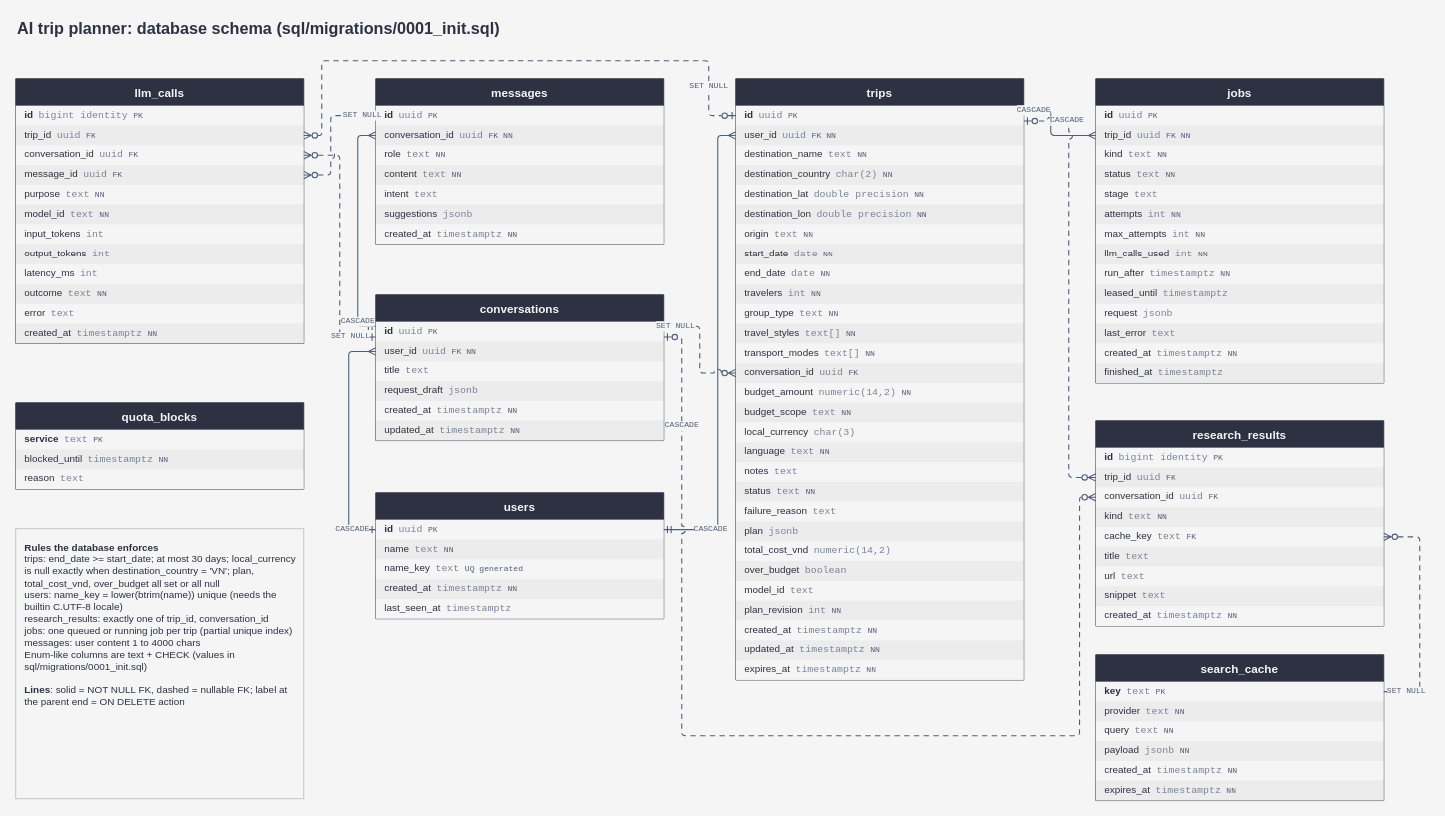
Earlier version of the draw.io diagram docs/database-schema.drawio (DuySeu/ai-trip-planner). Source tidied: cells renumbered, new cells numbered last; positions are measured from the earlier drawing's top-left corner, leaving out a move shared by most shapes. Both pictures are drawn from the tidied source at 90%, with x=0, y=0 at pixel (15, 15).
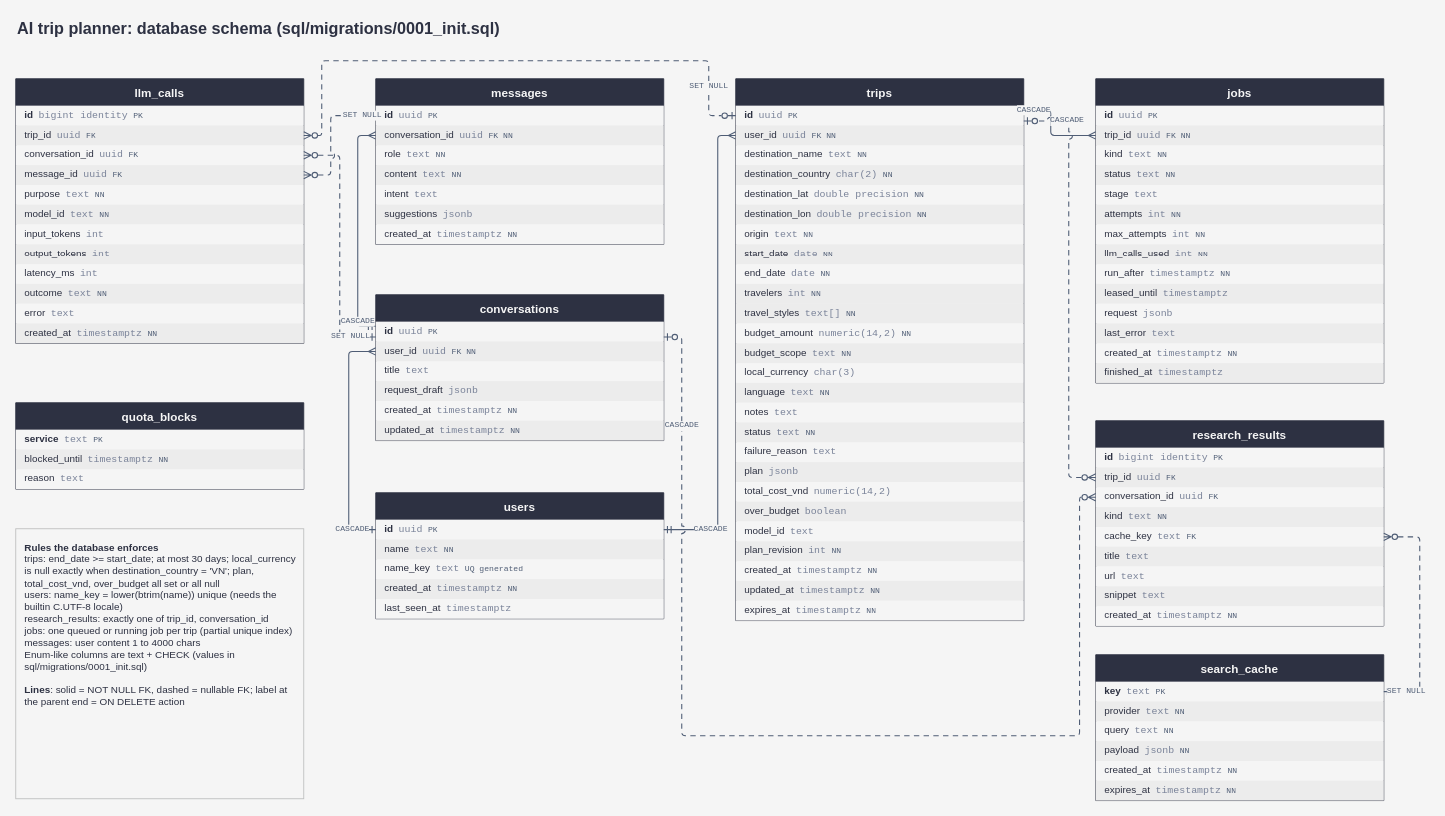
The same page after the edit.

The change refers to these unchanged cells:
```xml
<mxCell id="39" value="&lt;b&gt;id&lt;/b&gt;&amp;nbsp;&amp;nbsp;&lt;font face=&quot;Courier New&quot; color=&quot;#7a8399&quot;&gt;uuid&lt;/font&gt;&amp;nbsp;&amp;nbsp;&lt;font face=&quot;Courier New&quot; color=&quot;#4f5d75&quot; style=&quot;font-size:9px&quot;&gt;PK&lt;/font&gt;" style="text;html=1;align=left;verticalAlign=middle;spacingLeft=8;spacingRight=8;overflow=hidden;points=[[0,0.5],[1,0.5]];portConstraint=eastwest;fontSize=11;fontColor=#2d3142;fillColor=#f5f5f5;strokeColor=none;fontFamily=Helvetica;" parent="38" vertex="1">
  <mxGeometry y="30" width="320" height="22" as="geometry" />
</mxCell>
```

The edit, as a diff of the source:
```diff
@@
     <mxCell id="8" value="trips" style="swimlane;fontStyle=1;horizontal=1;startSize=30;rounded=0;fontSize=13;fontColor=#f5f5f5;fillColor=#2d3142;strokeColor=#2d3142;swimlaneFillColor=#f5f5f5;fontFamily=Helvetica;" parent="1" vertex="1">
-      <mxGeometry x="800" y="70" width="320" height="668" as="geometry" />
+      <mxGeometry x="800" y="70" width="320" height="602" as="geometry" />
     </mxCell>
@@
-    <mxCell id="19" value="group_type&amp;nbsp;&amp;nbsp;&lt;font face=&quot;Courier New&quot; color=&quot;#7a8399&quot;&gt;text&lt;/font&gt;&amp;nbsp;&amp;nbsp;&lt;font face=&quot;Courier New&quot; color=&quot;#4f5d75&quot; style=&quot;font-size:9px&quot;&gt;NN&lt;/font&gt;" style="text;html=1;align=left;verticalAlign=middle;spacingLeft=8;spacingRight=8;overflow=hidden;fontSize=11;fontColor=#2d3142;fillColor=#f5f5f5;strokeColor=none;fontFamily=Helvetica;" parent="8" vertex="1">
-      <mxGeometry y="250" width="320" height="22" as="geometry" />
-    </mxCell>
     <mxCell id="20" value="travel_styles&amp;nbsp;&amp;nbsp;&lt;font face=&quot;Courier New&quot; color=&quot;#7a8399&quot;&gt;text[]&lt;/font&gt;&amp;nbsp;&amp;nbsp;&lt;font face=&quot;Courier New&quot; color=&quot;#4f5d75&quot; style=&quot;font-size:9px&quot;&gt;NN&lt;/font&gt;" style="text;html=1;align=left;verticalAlign=middle;spacingLeft=8;spacingRight=8;overflow=hidden;fontSize=11;fontColor=#2d3142;fillColor=#ececec;strokeColor=none;fontFamily=Helvetica;" parent="8" vertex="1">
-      <mxGeometry y="272" width="320" height="22" as="geometry" />
+      <mxGeometry y="250" width="320" height="22" as="geometry" />
     </mxCell>
-    <mxCell id="21" value="transport_modes&amp;nbsp;&amp;nbsp;&lt;font face=&quot;Courier New&quot; color=&quot;#7a8399&quot;&gt;text[]&lt;/font&gt;&amp;nbsp;&amp;nbsp;&lt;font face=&quot;Courier New&quot; color=&quot;#4f5d75&quot; style=&quot;font-size:9px&quot;&gt;NN&lt;/font&gt;" style="text;html=1;align=left;verticalAlign=middle;spacingLeft=8;spacingRight=8;overflow=hidden;fontSize=11;fontColor=#2d3142;fillColor=#f5f5f5;strokeColor=none;fontFamily=Helvetica;" parent="8" vertex="1">
-      <mxGeometry y="294" width="320" height="22" as="geometry" />
-    </mxCell>
-    <mxCell id="22" value="conversation_id&amp;nbsp;&amp;nbsp;&lt;font face=&quot;Courier New&quot; color=&quot;#7a8399&quot;&gt;uuid&lt;/font&gt;&amp;nbsp;&amp;nbsp;&lt;font face=&quot;Courier New&quot; color=&quot;#4f5d75&quot; style=&quot;font-size:9px&quot;&gt;FK&lt;/font&gt;" style="text;html=1;align=left;verticalAlign=middle;spacingLeft=8;spacingRight=8;overflow=hidden;points=[[0,0.5],[1,0.5]];portConstraint=eastwest;fontSize=11;fontColor=#2d3142;fillColor=#ececec;strokeColor=none;fontFamily=Helvetica;" parent="8" vertex="1">
-      <mxGeometry y="316" width="320" height="22" as="geometry" />
-    </mxCell>
     <mxCell id="23" value="budget_amount&amp;nbsp;&amp;nbsp;&lt;font face=&quot;Courier New&quot; color=&quot;#7a8399&quot;&gt;numeric(14,2)&lt;/font&gt;&amp;nbsp;&amp;nbsp;&lt;font face=&quot;Courier New&quot; color=&quot;#4f5d75&quot; style=&quot;font-size:9px&quot;&gt;NN&lt;/font&gt;" style="text;html=1;align=left;verticalAlign=middle;spacingLeft=8;spacingRight=8;overflow=hidden;fontSize=11;fontColor=#2d3142;fillColor=#f5f5f5;strokeColor=none;fontFamily=Helvetica;" parent="8" vertex="1">
-      <mxGeometry y="338" width="320" height="22" as="geometry" />
+      <mxGeometry y="272" width="320" height="22" as="geometry" />
     </mxCell>
     <mxCell id="24" value="budget_scope&amp;nbsp;&amp;nbsp;&lt;font face=&quot;Courier New&quot; color=&quot;#7a8399&quot;&gt;text&lt;/font&gt;&amp;nbsp;&amp;nbsp;&lt;font face=&quot;Courier New&quot; color=&quot;#4f5d75&quot; style=&quot;font-size:9px&quot;&gt;NN&lt;/font&gt;" style="text;html=1;align=left;verticalAlign=middle;spacingLeft=8;spacingRight=8;overflow=hidden;fontSize=11;fontColor=#2d3142;fillColor=#ececec;strokeColor=none;fontFamily=Helvetica;" parent="8" vertex="1">
-      <mxGeometry y="360" width="320" height="22" as="geometry" />
+      <mxGeometry y="294" width="320" height="22" as="geometry" />
     </mxCell>
     <mxCell id="25" value="local_currency&amp;nbsp;&amp;nbsp;&lt;font face=&quot;Courier New&quot; color=&quot;#7a8399&quot;&gt;char(3)&lt;/font&gt;" style="text;html=1;align=left;verticalAlign=middle;spacingLeft=8;spacingRight=8;overflow=hidden;fontSize=11;fontColor=#2d3142;fillColor=#f5f5f5;strokeColor=none;fontFamily=Helvetica;" parent="8" vertex="1">
-      <mxGeometry y="382" width="320" height="22" as="geometry" />
+      <mxGeometry y="316" width="320" height="22" as="geometry" />
     </mxCell>
     <mxCell id="26" value="language&amp;nbsp;&amp;nbsp;&lt;font face=&quot;Courier New&quot; color=&quot;#7a8399&quot;&gt;text&lt;/font&gt;&amp;nbsp;&amp;nbsp;&lt;font face=&quot;Courier New&quot; color=&quot;#4f5d75&quot; style=&quot;font-size:9px&quot;&gt;NN&lt;/font&gt;" style="text;html=1;align=left;verticalAlign=middle;spacingLeft=8;spacingRight=8;overflow=hidden;fontSize=11;fontColor=#2d3142;fillColor=#ececec;strokeColor=none;fontFamily=Helvetica;" parent="8" vertex="1">
-      <mxGeometry y="404" width="320" height="22" as="geometry" />
+      <mxGeometry y="338" width="320" height="22" as="geometry" />
     </mxCell>
     <mxCell id="27" value="notes&amp;nbsp;&amp;nbsp;&lt;font face=&quot;Courier New&quot; color=&quot;#7a8399&quot;&gt;text&lt;/font&gt;" style="text;html=1;align=left;verticalAlign=middle;spacingLeft=8;spacingRight=8;overflow=hidden;fontSize=11;fontColor=#2d3142;fillColor=#f5f5f5;strokeColor=none;fontFamily=Helvetica;" parent="8" vertex="1">
-      <mxGeometry y="426" width="320" height="22" as="geometry" />
+      <mxGeometry y="360" width="320" height="22" as="geometry" />
     </mxCell>
     <mxCell id="28" value="status&amp;nbsp;&amp;nbsp;&lt;font face=&quot;Courier New&quot; color=&quot;#7a8399&quot;&gt;text&lt;/font&gt;&amp;nbsp;&amp;nbsp;&lt;font face=&quot;Courier New&quot; color=&quot;#4f5d75&quot; style=&quot;font-size:9px&quot;&gt;NN&lt;/font&gt;" style="text;html=1;align=left;verticalAlign=middle;spacingLeft=8;spacingRight=8;overflow=hidden;fontSize=11;fontColor=#2d3142;fillColor=#ececec;strokeColor=none;fontFamily=Helvetica;" parent="8" vertex="1">
-      <mxGeometry y="448" width="320" height="22" as="geometry" />
+      <mxGeometry y="382" width="320" height="22" as="geometry" />
     </mxCell>
     <mxCell id="29" value="failure_reason&amp;nbsp;&amp;nbsp;&lt;font face=&quot;Courier New&quot; color=&quot;#7a8399&quot;&gt;text&lt;/font&gt;" style="text;html=1;align=left;verticalAlign=middle;spacingLeft=8;spacingRight=8;overflow=hidden;fontSize=11;fontColor=#2d3142;fillColor=#f5f5f5;strokeColor=none;fontFamily=Helvetica;" parent="8" vertex="1">
-      <mxGeometry y="470" width="320" height="22" as="geometry" />
+      <mxGeometry y="404" width="320" height="22" as="geometry" />
     </mxCell>
     <mxCell id="30" value="plan&amp;nbsp;&amp;nbsp;&lt;font face=&quot;Courier New&quot; color=&quot;#7a8399&quot;&gt;jsonb&lt;/font&gt;" style="text;html=1;align=left;verticalAlign=middle;spacingLeft=8;spacingRight=8;overflow=hidden;fontSize=11;fontColor=#2d3142;fillColor=#ececec;strokeColor=none;fontFamily=Helvetica;" parent="8" vertex="1">
-      <mxGeometry y="492" width="320" height="22" as="geometry" />
+      <mxGeometry y="426" width="320" height="22" as="geometry" />
     </mxCell>
     <mxCell id="31" value="total_cost_vnd&amp;nbsp;&amp;nbsp;&lt;font face=&quot;Courier New&quot; color=&quot;#7a8399&quot;&gt;numeric(14,2)&lt;/font&gt;" style="text;html=1;align=left;verticalAlign=middle;spacingLeft=8;spacingRight=8;overflow=hidden;fontSize=11;fontColor=#2d3142;fillColor=#f5f5f5;strokeColor=none;fontFamily=Helvetica;" parent="8" vertex="1">
-      <mxGeometry y="514" width="320" height="22" as="geometry" />
+      <mxGeometry y="448" width="320" height="22" as="geometry" />
     </mxCell>
     <mxCell id="32" value="over_budget&amp;nbsp;&amp;nbsp;&lt;font face=&quot;Courier New&quot; color=&quot;#7a8399&quot;&gt;boolean&lt;/font&gt;" style="text;html=1;align=left;verticalAlign=middle;spacingLeft=8;spacingRight=8;overflow=hidden;fontSize=11;fontColor=#2d3142;fillColor=#ececec;strokeColor=none;fontFamily=Helvetica;" parent="8" vertex="1">
-      <mxGeometry y="536" width="320" height="22" as="geometry" />
+      <mxGeometry y="470" width="320" height="22" as="geometry" />
     </mxCell>
     <mxCell id="33" value="model_id&amp;nbsp;&amp;nbsp;&lt;font face=&quot;Courier New&quot; color=&quot;#7a8399&quot;&gt;text&lt;/font&gt;" style="text;html=1;align=left;verticalAlign=middle;spacingLeft=8;spacingRight=8;overflow=hidden;fontSize=11;fontColor=#2d3142;fillColor=#f5f5f5;strokeColor=none;fontFamily=Helvetica;" parent="8" vertex="1">
-      <mxGeometry y="558" width="320" height="22" as="geometry" />
+      <mxGeometry y="492" width="320" height="22" as="geometry" />
     </mxCell>
     <mxCell id="34" value="plan_revision&amp;nbsp;&amp;nbsp;&lt;font face=&quot;Courier New&quot; color=&quot;#7a8399&quot;&gt;int&lt;/font&gt;&amp;nbsp;&amp;nbsp;&lt;font face=&quot;Courier New&quot; color=&quot;#4f5d75&quot; style=&quot;font-size:9px&quot;&gt;NN&lt;/font&gt;" style="text;html=1;align=left;verticalAlign=middle;spacingLeft=8;spacingRight=8;overflow=hidden;fontSize=11;fontColor=#2d3142;fillColor=#ececec;strokeColor=none;fontFamily=Helvetica;" parent="8" vertex="1">
-      <mxGeometry y="580" width="320" height="22" as="geometry" />
+      <mxGeometry y="514" width="320" height="22" as="geometry" />
     </mxCell>
     <mxCell id="35" value="created_at&amp;nbsp;&amp;nbsp;&lt;font face=&quot;Courier New&quot; color=&quot;#7a8399&quot;&gt;timestamptz&lt;/font&gt;&amp;nbsp;&amp;nbsp;&lt;font face=&quot;Courier New&quot; color=&quot;#4f5d75&quot; style=&quot;font-size:9px&quot;&gt;NN&lt;/font&gt;" style="text;html=1;align=left;verticalAlign=middle;spacingLeft=8;spacingRight=8;overflow=hidden;fontSize=11;fontColor=#2d3142;fillColor=#f5f5f5;strokeColor=none;fontFamily=Helvetica;" parent="8" vertex="1">
-      <mxGeometry y="602" width="320" height="22" as="geometry" />
+      <mxGeometry y="536" width="320" height="22" as="geometry" />
     </mxCell>
     <mxCell id="36" value="updated_at&amp;nbsp;&amp;nbsp;&lt;font face=&quot;Courier New&quot; color=&quot;#7a8399&quot;&gt;timestamptz&lt;/font&gt;&amp;nbsp;&amp;nbsp;&lt;font face=&quot;Courier New&quot; color=&quot;#4f5d75&quot; style=&quot;font-size:9px&quot;&gt;NN&lt;/font&gt;" style="text;html=1;align=left;verticalAlign=middle;spacingLeft=8;spacingRight=8;overflow=hidden;fontSize=11;fontColor=#2d3142;fillColor=#ececec;strokeColor=none;fontFamily=Helvetica;" parent="8" vertex="1">
-      <mxGeometry y="624" width="320" height="22" as="geometry" />
+      <mxGeometry y="558" width="320" height="22" as="geometry" />
     </mxCell>
     <mxCell id="37" value="expires_at&amp;nbsp;&amp;nbsp;&lt;font face=&quot;Courier New&quot; color=&quot;#7a8399&quot;&gt;timestamptz&lt;/font&gt;&amp;nbsp;&amp;nbsp;&lt;font face=&quot;Courier New&quot; color=&quot;#4f5d75&quot; style=&quot;font-size:9px&quot;&gt;NN&lt;/font&gt;" style="text;html=1;align=left;verticalAlign=middle;spacingLeft=8;spacingRight=8;overflow=hidden;fontSize=11;fontColor=#2d3142;fillColor=#f5f5f5;strokeColor=none;fontFamily=Helvetica;" parent="8" vertex="1">
-      <mxGeometry y="646" width="320" height="22" as="geometry" />
+      <mxGeometry y="580" width="320" height="22" as="geometry" />
     </mxCell>
@@
-    <mxCell id="103" value="SET NULL" style="html=1;edgeStyle=orthogonalEdgeStyle;rounded=1;arcSize=8;jumpStyle=arc;jumpSize=8;strokeColor=#4f5d75;strokeWidth=1.2;fontSize=9;fontColor=#4f5d75;fontFamily=Courier New;labelBackgroundColor=#f5f5f5;startArrow=ERzeroToMany;endArrow=ERzeroToOne;startFill=0;endFill=0;exitX=0;exitY=0.5;exitDx=0;exitDy=0;entryX=1;entryY=0.227;entryDx=0;entryDy=0;dashed=1;dashPattern=5 4;" parent="1" edge="1" source="22" target="39">
-      <mxGeometry x="0.8" relative="1" as="geometry">
-        <Array as="points">
-          <mxPoint x="760" y="397" />
-          <mxPoint x="760" y="345" />
-        </Array>
-      </mxGeometry>
-    </mxCell>
```
